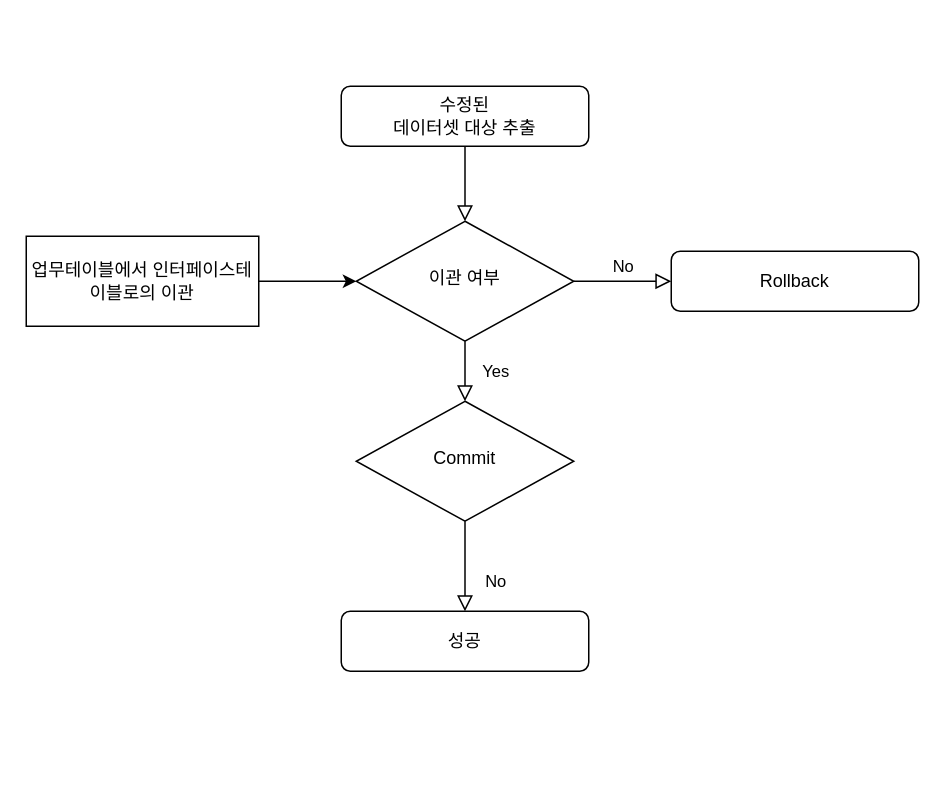
Before: page "Page-1" (1 of 2) of 제목 없는 다이어그램.drawio in discphy/discphy.github.io, a draw.io diagram. Source tidied: cells renumbered, new cells numbered last; positions are measured from the earlier drawing's top-left corner, leaving out a move shared by most shapes. Both pictures are drawn from the tidied source at 150%, with x=0, y=0 at pixel (26, 86).
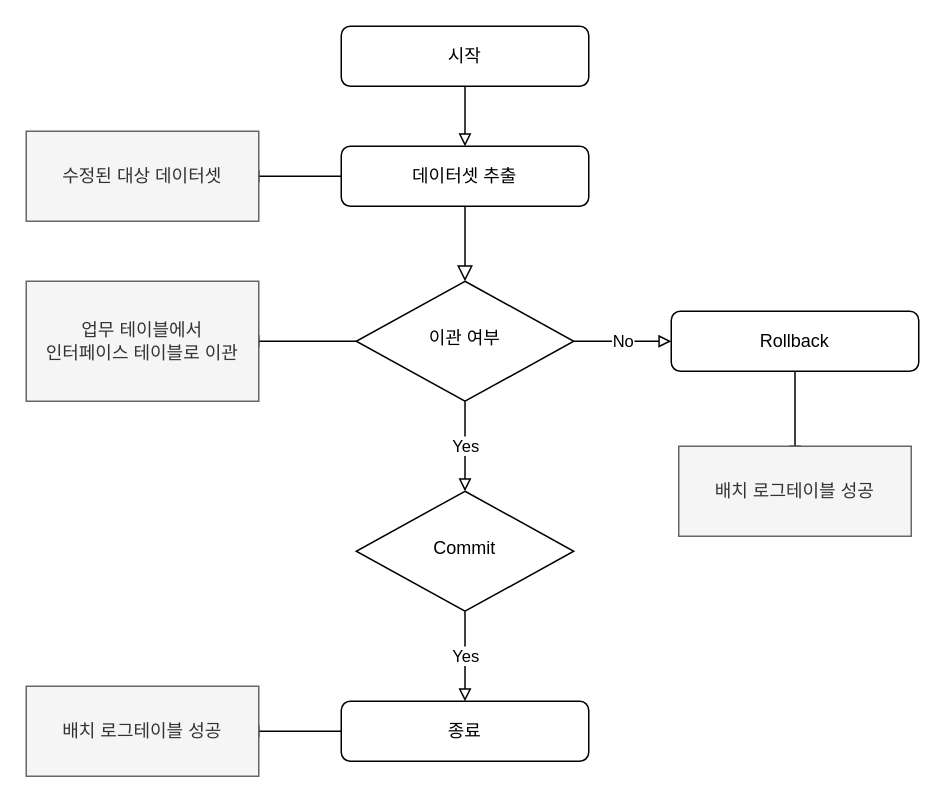
After the change.

Commit message (it also covers changes not shown here):
제목 없는 다이어그램.drawio 업데이트

Change to the diagram source:
```diff
@@
+    <mxCell id="13" style="edgeStyle=orthogonalEdgeStyle;rounded=0;jettySize=auto;html=1;exitX=0;exitY=0.5;exitDx=0;exitDy=0;entryX=1;entryY=0.5;entryDx=0;entryDy=0;endArrow=baseDash;endFill=0;" parent="1" edge="1" source="3" target="17">
+      <mxGeometry relative="1" as="geometry" />
+    </mxCell>
-    <mxCell id="3" value="수정된 &lt;br&gt;데이터셋 대상 추출" style="rounded=1;whiteSpace=wrap;html=1;fontSize=12;glass=0;strokeWidth=1;shadow=0;" parent="1" vertex="1">
-      <mxGeometry x="210" width="165" height="40" as="geometry" />
+    <mxCell id="3" value="데이터셋 추출" style="rounded=1;whiteSpace=wrap;html=1;fontSize=12;glass=0;strokeWidth=1;shadow=0;" parent="1" vertex="1">
+      <mxGeometry x="210" y="40" width="165" height="40" as="geometry" />
     </mxCell>
+    <mxCell id="14" style="edgeStyle=orthogonalEdgeStyle;rounded=0;jettySize=auto;html=1;exitX=0;exitY=0.5;exitDx=0;exitDy=0;entryX=1;entryY=0.5;entryDx=0;entryDy=0;endArrow=baseDash;endFill=0;" parent="1" edge="1" source="6" target="12">
+      <mxGeometry relative="1" as="geometry" />
+    </mxCell>
-    <mxCell id="4" value="Yes" style="rounded=0;html=1;jettySize=auto;fontSize=11;endArrow=block;endFill=0;endSize=8;strokeWidth=1;shadow=0;labelBackgroundColor=none;edgeStyle=orthogonalEdgeStyle;" parent="1" edge="1" source="6" target="9">
-      <mxGeometry y="20" relative="1" as="geometry" />
+    <mxCell id="4" value="Yes" style="edgeStyle=orthogonalEdgeStyle;rounded=0;jettySize=auto;html=1;exitX=0.5;exitY=1;exitDx=0;exitDy=0;endArrow=block;endFill=0;" parent="1" edge="1" source="6" target="9">
+      <mxGeometry relative="1" as="geometry" />
     </mxCell>
-    <mxCell id="5" value="No" style="edgeStyle=orthogonalEdgeStyle;rounded=0;html=1;jettySize=auto;fontSize=11;endArrow=block;endFill=0;endSize=8;strokeWidth=1;shadow=0;labelBackgroundColor=none;" parent="1" edge="1" source="6" target="7">
-      <mxGeometry y="10" relative="1" as="geometry" />
+    <mxCell id="5" value="No" style="edgeStyle=orthogonalEdgeStyle;rounded=0;jettySize=auto;html=1;entryX=0;entryY=0.5;entryDx=0;entryDy=0;endArrow=block;endFill=0;" parent="1" edge="1" source="6" target="7">
+      <mxGeometry relative="1" as="geometry" />
     </mxCell>
     <mxCell id="6" value="이관 여부" style="rhombus;whiteSpace=wrap;html=1;shadow=0;fontFamily=Helvetica;fontSize=12;align=center;strokeWidth=1;spacing=6;spacingTop=-4;" parent="1" vertex="1">
-      <mxGeometry x="220" y="90" width="145" height="80" as="geometry" />
+      <mxGeometry x="220" y="130" width="145" height="80" as="geometry" />
     </mxCell>
+    <mxCell id="15" style="edgeStyle=orthogonalEdgeStyle;rounded=0;jettySize=auto;html=1;exitX=0.5;exitY=1;exitDx=0;exitDy=0;entryX=0.5;entryY=0;entryDx=0;entryDy=0;strokeColor=default;endArrow=baseDash;endFill=0;" parent="1" edge="1" source="7" target="21">
+      <mxGeometry relative="1" as="geometry" />
+    </mxCell>
     <mxCell id="7" value="Rollback" style="rounded=1;whiteSpace=wrap;html=1;fontSize=12;glass=0;strokeWidth=1;shadow=0;" parent="1" vertex="1">
-      <mxGeometry x="430" y="110" width="165" height="40" as="geometry" />
+      <mxGeometry x="430" y="150" width="165" height="40" as="geometry" />
     </mxCell>
-    <mxCell id="8" value="No" style="rounded=0;html=1;jettySize=auto;fontSize=11;endArrow=block;endFill=0;endSize=8;strokeWidth=1;shadow=0;labelBackgroundColor=none;edgeStyle=orthogonalEdgeStyle;" parent="1" edge="1" source="9" target="10">
-      <mxGeometry x="0.33" y="20" relative="1" as="geometry" />
+    <mxCell id="8" value="Yes" style="edgeStyle=orthogonalEdgeStyle;rounded=0;jettySize=auto;entryX=0.5;entryY=0;entryDx=0;entryDy=0;endArrow=block;endFill=0;html=1;labelPosition=center;verticalLabelPosition=middle;align=center;verticalAlign=middle;" parent="1" edge="1" source="9" target="10">
+      <mxGeometry relative="1" as="geometry" />
     </mxCell>
     <mxCell id="9" value="Commit" style="rhombus;whiteSpace=wrap;html=1;shadow=0;fontFamily=Helvetica;fontSize=12;align=center;strokeWidth=1;spacing=6;spacingTop=-4;" parent="1" vertex="1">
-      <mxGeometry x="220" y="210" width="145" height="80" as="geometry" />
+      <mxGeometry x="220" y="270" width="145" height="80" as="geometry" />
     </mxCell>
+    <mxCell id="16" style="edgeStyle=orthogonalEdgeStyle;rounded=0;jettySize=auto;html=1;exitX=0;exitY=0.5;exitDx=0;exitDy=0;entryX=1;entryY=0.5;entryDx=0;entryDy=0;endArrow=baseDash;endFill=0;" parent="1" edge="1" source="10" target="20">
+      <mxGeometry relative="1" as="geometry" />
+    </mxCell>
-    <mxCell id="10" value="성공" style="rounded=1;whiteSpace=wrap;html=1;fontSize=12;glass=0;strokeWidth=1;shadow=0;" parent="1" vertex="1">
-      <mxGeometry x="210" y="350" width="165" height="40" as="geometry" />
+    <mxCell id="10" value="종료" style="rounded=1;whiteSpace=wrap;html=1;fontSize=12;glass=0;strokeWidth=1;shadow=0;" parent="1" vertex="1">
+      <mxGeometry x="210" y="410" width="165" height="40" as="geometry" />
     </mxCell>
-    <mxCell id="11" style="edgeStyle=orthogonalEdgeStyle;rounded=0;jettySize=auto;html=1;exitX=1;exitY=0.5;exitDx=0;exitDy=0;entryX=0;entryY=0.5;entryDx=0;entryDy=0;" parent="1" edge="1" source="12" target="6">
-      <mxGeometry relative="1" as="geometry" />
-    </mxCell>
-    <mxCell id="12" value="업무테이블에서 인터페이스테이블로의 이관" style="rounded=0;whiteSpace=wrap;html=1;" parent="1" vertex="1">
-      <mxGeometry y="100" width="155" height="60" as="geometry" />
+    <mxCell id="12" value="업무 테이블에서 &lt;br&gt;인터페이스 테이블로 이관" style="rounded=0;whiteSpace=wrap;html=1;fillColor=#f5f5f5;fontColor=#333333;strokeColor=#666666;" parent="1" vertex="1">
+      <mxGeometry y="130" width="155" height="80" as="geometry" />
     </mxCell>
+    <mxCell id="17" value="수정된 대상 데이터셋" style="rounded=0;whiteSpace=wrap;html=1;fillColor=#f5f5f5;fontColor=#333333;strokeColor=#666666;" parent="1" vertex="1">
+      <mxGeometry y="30" width="155" height="60" as="geometry" />
+    </mxCell>
+    <mxCell id="18" style="edgeStyle=orthogonalEdgeStyle;rounded=0;jettySize=auto;html=1;endArrow=block;endFill=0;" parent="1" edge="1" source="19" target="3">
+      <mxGeometry relative="1" as="geometry" />
+    </mxCell>
+    <mxCell id="19" value="시작" style="rounded=1;whiteSpace=wrap;html=1;fontSize=12;glass=0;strokeWidth=1;shadow=0;" parent="1" vertex="1">
+      <mxGeometry x="210" y="-40" width="165" height="40" as="geometry" />
+    </mxCell>
+    <mxCell id="20" value="배치 로그테이블 성공" style="rounded=0;whiteSpace=wrap;html=1;fillColor=#f5f5f5;fontColor=#333333;strokeColor=#666666;" parent="1" vertex="1">
+      <mxGeometry y="400" width="155" height="60" as="geometry" />
+    </mxCell>
+    <mxCell id="21" value="배치 로그테이블 성공" style="rounded=0;whiteSpace=wrap;html=1;fillColor=#f5f5f5;fontColor=#333333;strokeColor=#666666;" parent="1" vertex="1">
+      <mxGeometry x="435" y="240" width="155" height="60" as="geometry" />
+    </mxCell>
```
